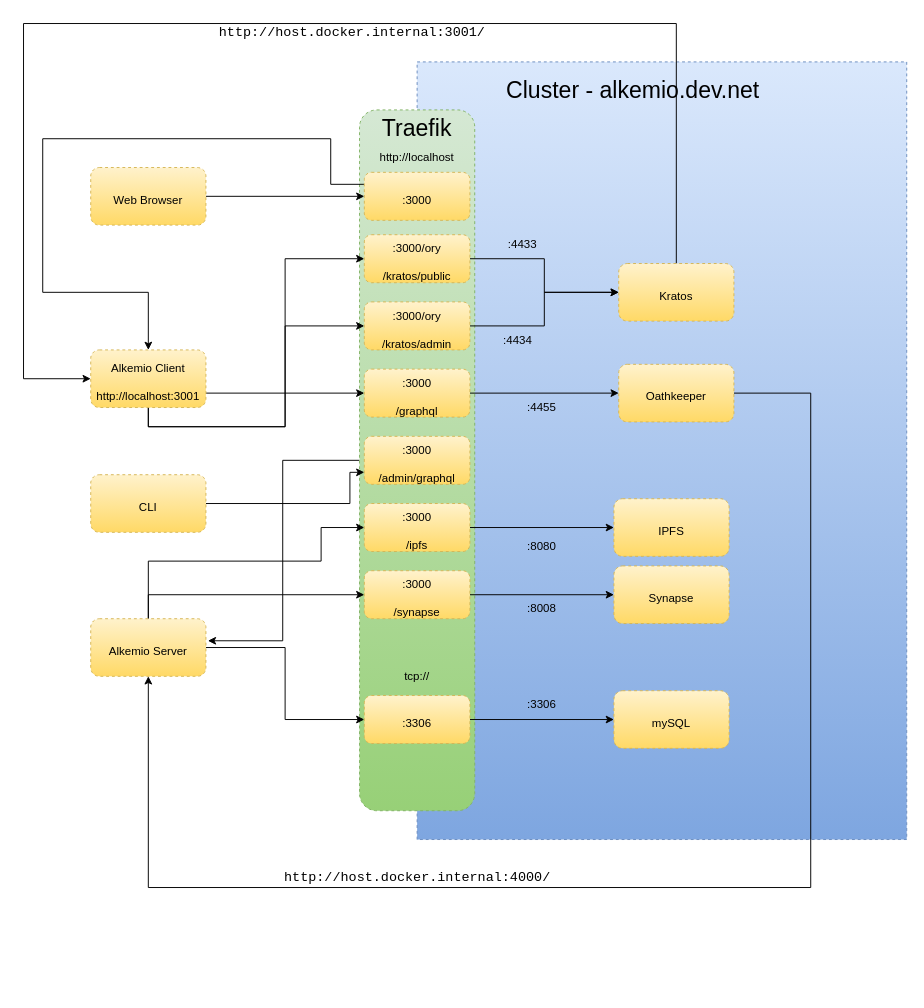
This is docs/diagrams/alkemio-services-networking.drawio from alkem-io/server, a draw.io file, before an edit. Source tidied: cells renumbered, new cells numbered last; positions are measured from the earlier drawing's top-left corner, leaving out a move shared by most shapes. Both pictures are drawn from the tidied source at 96%, with x=0, y=0 at pixel (23, 23).
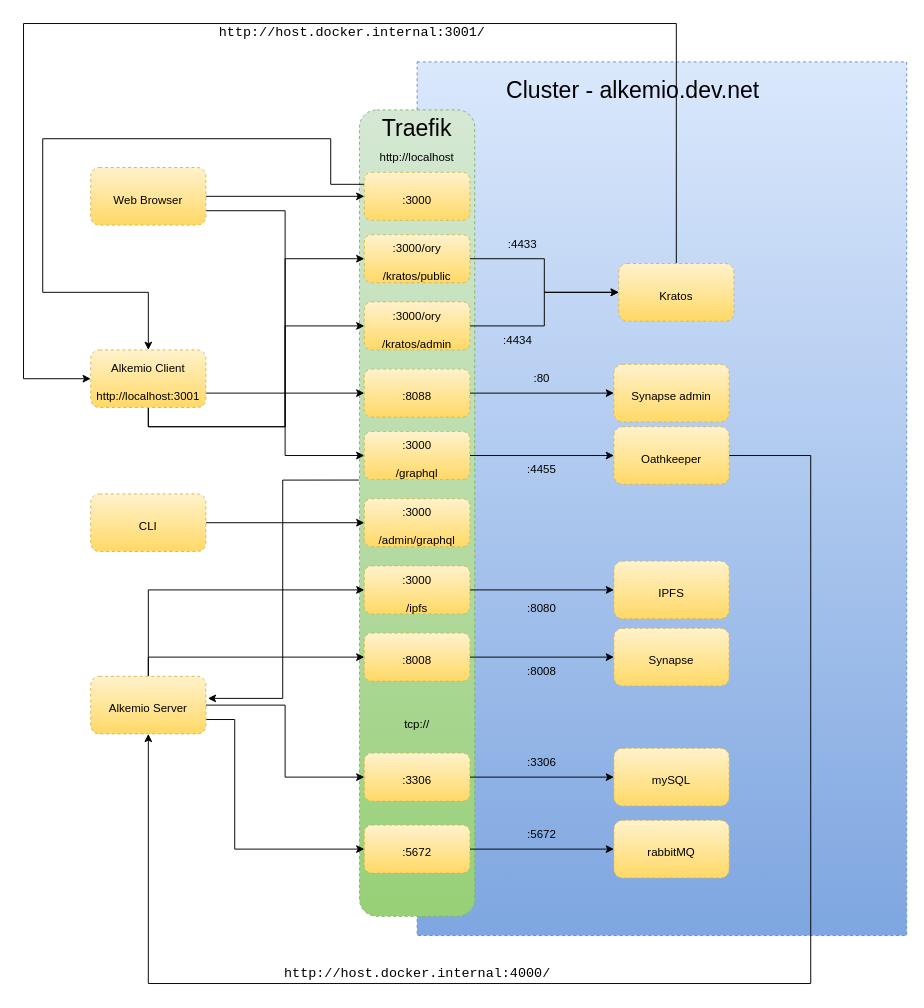
The same page after the edit.

The change refers to these unchanged cells:
```xml
<mxCell id="14" value="&lt;font style=&quot;font-size: 12px&quot; color=&quot;#000000&quot;&gt;Web Browser&lt;br&gt;&lt;/font&gt;" style="rounded=1;whiteSpace=wrap;html=1;dashed=1;fontSize=24;gradientColor=#ffd966;fillColor=#fff2cc;strokeColor=#d6b656;" parent="1" vertex="1">
  <mxGeometry x="70" y="150" width="120" height="60" as="geometry" />
</mxCell>
<mxCell id="40" value="&lt;font style=&quot;font-size: 12px&quot; color=&quot;#000000&quot;&gt;Kratos&lt;br&gt;&lt;/font&gt;" style="rounded=1;whiteSpace=wrap;html=1;dashed=1;fontSize=24;gradientColor=#ffd966;fillColor=#fff2cc;strokeColor=#d6b656;" parent="1" vertex="1">
  <mxGeometry x="620" y="250" width="120" height="60" as="geometry" />
</mxCell>
```

The edit, as a diff of the source:
```diff
@@
     <mxCell id="2" style="rounded=0;whiteSpace=wrap;html=1;dashed=1;fillColor=#dae8fc;strokeColor=#6c8ebf;gradientColor=#7ea6e0;" parent="1" vertex="1">
-      <mxGeometry x="410" y="40" width="510" height="810" as="geometry" />
+      <mxGeometry x="410" y="40" width="510" height="910" as="geometry" />
     </mxCell>
@@
-    <mxCell id="4" style="edgeStyle=orthogonalEdgeStyle;rounded=0;jettySize=auto;html=1;exitX=0;exitY=0.5;exitDx=0;exitDy=0;entryX=1.017;entryY=0.383;entryDx=0;entryDy=0;entryPerimeter=0;" parent="1" edge="1" source="5" target="35">
+    <mxCell id="4" style="edgeStyle=orthogonalEdgeStyle;rounded=0;jettySize=auto;html=1;exitX=-0.005;exitY=0.459;exitDx=0;exitDy=0;entryX=1.017;entryY=0.383;entryDx=0;entryDy=0;entryPerimeter=0;exitPerimeter=0;" parent="1" edge="1" source="5" target="35">
       <mxGeometry relative="1" as="geometry" />
     </mxCell>
     <mxCell id="5" style="rounded=1;whiteSpace=wrap;html=1;dashed=1;fontSize=24;gradientColor=#97d077;fillColor=#d5e8d4;strokeColor=#82b366;" parent="1" vertex="1">
-      <mxGeometry x="350" y="90" width="120" height="730" as="geometry" />
+      <mxGeometry x="350" y="90" width="120" height="840" as="geometry" />
     </mxCell>
@@
+    <mxCell id="51" style="edgeStyle=orthogonalEdgeStyle;rounded=0;jettySize=auto;html=1;exitX=1;exitY=0.75;exitDx=0;exitDy=0;entryX=0;entryY=0.5;entryDx=0;entryDy=0;" parent="1" edge="1" source="14" target="62">
+      <mxGeometry relative="1" as="geometry" />
+    </mxCell>
@@
-    <mxCell id="15" style="edgeStyle=orthogonalEdgeStyle;rounded=0;jettySize=auto;html=1;exitX=1;exitY=0.5;exitDx=0;exitDy=0;entryX=0;entryY=0.5;entryDx=0;entryDy=0;" parent="1" edge="1" source="16" target="40">
-      <mxGeometry relative="1" as="geometry" />
-    </mxCell>
-    <mxCell id="16" value="&lt;font color=&quot;#000000&quot; style=&quot;font-size: 12px&quot;&gt;:3000/ory&lt;br&gt;/kratos/public&lt;br&gt;&lt;/font&gt;" style="rounded=1;whiteSpace=wrap;html=1;dashed=1;fontSize=24;gradientColor=#ffd966;fillColor=#fff2cc;strokeColor=#d6b656;" parent="1" vertex="1">
-      <mxGeometry x="355" y="220" width="110" height="50" as="geometry" />
-    </mxCell>
@@
-    <mxCell id="18" style="edgeStyle=orthogonalEdgeStyle;rounded=0;jettySize=auto;html=1;exitX=1;exitY=0.5;exitDx=0;exitDy=0;entryX=0;entryY=0.5;entryDx=0;entryDy=0;" parent="1" edge="1" source="19" target="40">
-      <mxGeometry relative="1" as="geometry" />
-    </mxCell>
-    <mxCell id="19" value="&lt;font color=&quot;#000000&quot; style=&quot;font-size: 12px&quot;&gt;:3000/ory&lt;br&gt;/kratos/admin&lt;br&gt;&lt;/font&gt;" style="rounded=1;whiteSpace=wrap;html=1;dashed=1;fontSize=24;gradientColor=#ffd966;fillColor=#fff2cc;strokeColor=#d6b656;" parent="1" vertex="1">
-      <mxGeometry x="355" y="290" width="110" height="50" as="geometry" />
-    </mxCell>
-    <mxCell id="20" style="edgeStyle=orthogonalEdgeStyle;rounded=0;jettySize=auto;html=1;exitX=1;exitY=0.5;exitDx=0;exitDy=0;entryX=0;entryY=0.5;entryDx=0;entryDy=0;" parent="1" edge="1" source="21" target="38">
-      <mxGeometry relative="1" as="geometry" />
-    </mxCell>
-    <mxCell id="21" value="&lt;font color=&quot;#000000&quot; style=&quot;font-size: 12px&quot;&gt;:3000&lt;br&gt;/graphql&lt;br&gt;&lt;/font&gt;" style="rounded=1;whiteSpace=wrap;html=1;dashed=1;fontSize=24;gradientColor=#ffd966;fillColor=#fff2cc;strokeColor=#d6b656;" parent="1" vertex="1">
-      <mxGeometry x="355" y="360" width="110" height="50" as="geometry" />
-    </mxCell>
     <mxCell id="22" value="&lt;font color=&quot;#000000&quot; style=&quot;font-size: 12px&quot;&gt;:3000&lt;br&gt;/admin/graphql&lt;br&gt;&lt;/font&gt;" style="rounded=1;whiteSpace=wrap;html=1;dashed=1;fontSize=24;gradientColor=#ffd966;fillColor=#fff2cc;strokeColor=#d6b656;" parent="1" vertex="1">
-      <mxGeometry x="355" y="430" width="110" height="50" as="geometry" />
+      <mxGeometry x="355" y="495" width="110" height="50" as="geometry" />
     </mxCell>
-    <mxCell id="23" style="edgeStyle=orthogonalEdgeStyle;rounded=0;jettySize=auto;html=1;exitX=1;exitY=0.5;exitDx=0;exitDy=0;entryX=0;entryY=0.5;entryDx=0;entryDy=0;" parent="1" edge="1" source="24" target="31">
-      <mxGeometry relative="1" as="geometry" />
-    </mxCell>
-    <mxCell id="24" value="&lt;font color=&quot;#000000&quot; style=&quot;font-size: 12px&quot;&gt;:3000&lt;br&gt;/ipfs&lt;br&gt;&lt;/font&gt;" style="rounded=1;whiteSpace=wrap;html=1;dashed=1;fontSize=24;gradientColor=#ffd966;fillColor=#fff2cc;strokeColor=#d6b656;" parent="1" vertex="1">
-      <mxGeometry x="355" y="500" width="110" height="50" as="geometry" />
-    </mxCell>
-    <mxCell id="25" style="edgeStyle=orthogonalEdgeStyle;rounded=0;jettySize=auto;html=1;exitX=1;exitY=0.5;exitDx=0;exitDy=0;entryX=0;entryY=0.5;entryDx=0;entryDy=0;" parent="1" edge="1" source="26" target="30">
-      <mxGeometry relative="1" as="geometry" />
-    </mxCell>
-    <mxCell id="26" value="&lt;font color=&quot;#000000&quot; style=&quot;font-size: 12px&quot;&gt;:3000&lt;br&gt;/synapse&lt;br&gt;&lt;/font&gt;" style="rounded=1;whiteSpace=wrap;html=1;dashed=1;fontSize=24;gradientColor=#ffd966;fillColor=#fff2cc;strokeColor=#d6b656;" parent="1" vertex="1">
-      <mxGeometry x="355" y="570" width="110" height="50" as="geometry" />
-    </mxCell>
@@
     <mxCell id="28" value="&lt;font color=&quot;#000000&quot; style=&quot;font-size: 12px&quot;&gt;:3306&lt;br&gt;&lt;/font&gt;" style="rounded=1;whiteSpace=wrap;html=1;dashed=1;fontSize=24;gradientColor=#ffd966;fillColor=#fff2cc;strokeColor=#d6b656;" parent="1" vertex="1">
-      <mxGeometry x="355" y="700" width="110" height="50" as="geometry" />
+      <mxGeometry x="355" y="760" width="110" height="50" as="geometry" />
     </mxCell>
     <mxCell id="29" value="tcp://" style="text;html=1;strokeColor=none;fillColor=none;align=center;verticalAlign=middle;whiteSpace=wrap;rounded=0;dashed=1;fontSize=12;fontColor=#000000;" parent="1" vertex="1">
-      <mxGeometry x="390" y="670" width="40" height="20" as="geometry" />
+      <mxGeometry x="390" y="720" width="40" height="20" as="geometry" />
     </mxCell>
-    <mxCell id="30" value="&lt;font style=&quot;font-size: 12px&quot; color=&quot;#000000&quot;&gt;Synapse&lt;br&gt;&lt;/font&gt;" style="rounded=1;whiteSpace=wrap;html=1;dashed=1;fontSize=24;gradientColor=#ffd966;fillColor=#fff2cc;strokeColor=#d6b656;" parent="1" vertex="1">
-      <mxGeometry x="615" y="565" width="120" height="60" as="geometry" />
-    </mxCell>
     <mxCell id="31" value="&lt;font style=&quot;font-size: 12px&quot; color=&quot;#000000&quot;&gt;IPFS&lt;br&gt;&lt;/font&gt;" style="rounded=1;whiteSpace=wrap;html=1;dashed=1;fontSize=24;gradientColor=#ffd966;fillColor=#fff2cc;strokeColor=#d6b656;" parent="1" vertex="1">
-      <mxGeometry x="615" y="495" width="120" height="60" as="geometry" />
+      <mxGeometry x="615" y="560" width="120" height="60" as="geometry" />
     </mxCell>
@@
     <mxCell id="34" style="edgeStyle=orthogonalEdgeStyle;rounded=0;jettySize=auto;html=1;exitX=0.5;exitY=0;exitDx=0;exitDy=0;entryX=0;entryY=0.5;entryDx=0;entryDy=0;fontColor=#FFFFFF;" parent="1" edge="1" source="35" target="24">
       <mxGeometry relative="1" as="geometry">
         <Array as="points">
-          <mxPoint x="130" y="560" />
-          <mxPoint x="310" y="560" />
-          <mxPoint x="310" y="525" />
+          <mxPoint x="130" y="590" />
         </Array>
       </mxGeometry>
     </mxCell>
+    <mxCell id="52" style="edgeStyle=orthogonalEdgeStyle;rounded=0;jettySize=auto;html=1;exitX=1;exitY=0.75;exitDx=0;exitDy=0;entryX=0;entryY=0.5;entryDx=0;entryDy=0;" parent="1" edge="1" source="35" target="55">
+      <mxGeometry relative="1" as="geometry">
+        <Array as="points">
+          <mxPoint x="220" y="725" />
+          <mxPoint x="220" y="860" />
+        </Array>
+      </mxGeometry>
+    </mxCell>
     <mxCell id="35" value="&lt;font style=&quot;font-size: 12px&quot; color=&quot;#000000&quot;&gt;Alkemio Server&lt;br&gt;&lt;/font&gt;" style="rounded=1;whiteSpace=wrap;html=1;dashed=1;fontSize=24;gradientColor=#ffd966;fillColor=#fff2cc;strokeColor=#d6b656;" parent="1" vertex="1">
-      <mxGeometry x="70" y="620" width="120" height="60" as="geometry" />
+      <mxGeometry x="70" y="680" width="120" height="60" as="geometry" />
     </mxCell>
     <mxCell id="36" value="&lt;font style=&quot;font-size: 12px&quot; color=&quot;#000000&quot;&gt;mySQL&lt;br&gt;&lt;/font&gt;" style="rounded=1;whiteSpace=wrap;html=1;dashed=1;fontSize=24;gradientColor=#ffd966;fillColor=#fff2cc;strokeColor=#d6b656;" parent="1" vertex="1">
-      <mxGeometry x="615" y="695" width="120" height="60" as="geometry" />
+      <mxGeometry x="615" y="755" width="120" height="60" as="geometry" />
     </mxCell>
     <mxCell id="37" style="edgeStyle=orthogonalEdgeStyle;rounded=0;jettySize=auto;html=1;exitX=1;exitY=0.5;exitDx=0;exitDy=0;entryX=0.5;entryY=1;entryDx=0;entryDy=0;" parent="1" edge="1" source="38" target="35">
       <mxGeometry relative="1" as="geometry">
         <Array as="points">
-          <mxPoint x="820" y="385" />
-          <mxPoint x="820" y="900" />
-          <mxPoint x="130" y="900" />
+          <mxPoint x="820" y="450" />
+          <mxPoint x="820" y="1000" />
+          <mxPoint x="130" y="1000" />
         </Array>
       </mxGeometry>
     </mxCell>
-    <mxCell id="38" value="&lt;font style=&quot;font-size: 12px&quot; color=&quot;#000000&quot;&gt;Oathkeeper&lt;br&gt;&lt;/font&gt;" style="rounded=1;whiteSpace=wrap;html=1;dashed=1;fontSize=24;gradientColor=#ffd966;fillColor=#fff2cc;strokeColor=#d6b656;" parent="1" vertex="1">
-      <mxGeometry x="620" y="355" width="120" height="60" as="geometry" />
-    </mxCell>
@@
-    <mxCell id="41" value=":4433" style="text;html=1;strokeColor=none;fillColor=none;align=center;verticalAlign=middle;whiteSpace=wrap;rounded=0;dashed=1;fontSize=12;fontColor=#000000;" parent="1" vertex="1">
-      <mxGeometry x="500" y="220" width="40" height="20" as="geometry" />
-    </mxCell>
-    <mxCell id="42" value=":4434" style="text;html=1;strokeColor=none;fillColor=none;align=center;verticalAlign=middle;whiteSpace=wrap;rounded=0;dashed=1;fontSize=12;fontColor=#000000;" parent="1" vertex="1">
-      <mxGeometry x="495" y="320" width="40" height="20" as="geometry" />
-    </mxCell>
-    <mxCell id="43" value=":4455" style="text;html=1;strokeColor=none;fillColor=none;align=center;verticalAlign=middle;whiteSpace=wrap;rounded=0;dashed=1;fontSize=12;fontColor=#000000;" parent="1" vertex="1">
-      <mxGeometry x="520" y="390" width="40" height="20" as="geometry" />
-    </mxCell>
-    <mxCell id="44" style="edgeStyle=orthogonalEdgeStyle;rounded=0;jettySize=auto;html=1;exitX=1;exitY=0.5;exitDx=0;exitDy=0;entryX=0;entryY=0.75;entryDx=0;entryDy=0;" parent="1" edge="1" source="45" target="22">
-      <mxGeometry relative="1" as="geometry">
-        <Array as="points">
-          <mxPoint x="340" y="500" />
-          <mxPoint x="340" y="468" />
-        </Array>
-      </mxGeometry>
+    <mxCell id="44" style="edgeStyle=orthogonalEdgeStyle;rounded=0;jettySize=auto;html=1;exitX=1;exitY=0.5;exitDx=0;exitDy=0;entryX=0;entryY=0.5;entryDx=0;entryDy=0;" parent="1" edge="1" source="45" target="22">
+      <mxGeometry relative="1" as="geometry" />
     </mxCell>
     <mxCell id="45" value="&lt;font style=&quot;font-size: 12px&quot; color=&quot;#000000&quot;&gt;CLI&lt;br&gt;&lt;/font&gt;" style="rounded=1;whiteSpace=wrap;html=1;dashed=1;fontSize=24;gradientColor=#ffd966;fillColor=#fff2cc;strokeColor=#d6b656;" parent="1" vertex="1">
-      <mxGeometry x="70" y="470" width="120" height="60" as="geometry" />
+      <mxGeometry x="70" y="490" width="120" height="60" as="geometry" />
     </mxCell>
-    <mxCell id="46" value=":8080" style="text;html=1;strokeColor=none;fillColor=none;align=center;verticalAlign=middle;whiteSpace=wrap;rounded=0;dashed=1;fontSize=12;fontColor=#000000;" parent="1" vertex="1">
-      <mxGeometry x="520" y="535" width="40" height="20" as="geometry" />
-    </mxCell>
-    <mxCell id="47" value=":8008" style="text;html=1;strokeColor=none;fillColor=none;align=center;verticalAlign=middle;whiteSpace=wrap;rounded=0;dashed=1;fontSize=12;fontColor=#000000;" parent="1" vertex="1">
-      <mxGeometry x="520" y="600" width="40" height="20" as="geometry" />
-    </mxCell>
     <mxCell id="48" value=":3306" style="text;html=1;strokeColor=none;fillColor=none;align=center;verticalAlign=middle;whiteSpace=wrap;rounded=0;dashed=1;fontSize=12;fontColor=#000000;" parent="1" vertex="1">
-      <mxGeometry x="520" y="700" width="40" height="20" as="geometry" />
+      <mxGeometry x="520" y="760" width="40" height="20" as="geometry" />
     </mxCell>
     <mxCell id="49" value="&lt;div style=&quot;font-family: &amp;#34;droid sans mono&amp;#34; , monospace , monospace , &amp;#34;droid sans fallback&amp;#34; ; font-size: 14px ; line-height: 19px&quot;&gt;&lt;font color=&quot;#000000&quot;&gt;http://host.docker.internal:4000/&lt;/font&gt;&lt;/div&gt;" style="text;html=1;strokeColor=none;fillColor=none;align=center;verticalAlign=middle;whiteSpace=wrap;rounded=0;dashed=1;fontSize=12;fontColor=#FFFFFF;" parent="1" vertex="1">
-      <mxGeometry x="237.5" y="880" width="345" height="20" as="geometry" />
+      <mxGeometry x="237.5" y="980" width="345" height="20" as="geometry" />
     </mxCell>
@@
+    <mxCell id="53" style="edgeStyle=orthogonalEdgeStyle;rounded=0;orthogonalLoop=1;jettySize=auto;html=1;exitX=0.5;exitY=1;exitDx=0;exitDy=0;" parent="1" edge="1" source="5" target="5">
+      <mxGeometry relative="1" as="geometry" />
+    </mxCell>
+    <mxCell id="54" style="edgeStyle=orthogonalEdgeStyle;rounded=0;jettySize=auto;html=1;exitX=1;exitY=0.5;exitDx=0;exitDy=0;entryX=0;entryY=0.5;entryDx=0;entryDy=0;" parent="1" edge="1" source="55" target="56">
+      <mxGeometry relative="1" as="geometry" />
+    </mxCell>
+    <mxCell id="55" value="&lt;font color=&quot;#000000&quot; style=&quot;font-size: 12px&quot;&gt;:5672&lt;br&gt;&lt;/font&gt;" style="rounded=1;whiteSpace=wrap;html=1;dashed=1;fontSize=24;gradientColor=#ffd966;fillColor=#fff2cc;strokeColor=#d6b656;" parent="1" vertex="1">
+      <mxGeometry x="355" y="835" width="110" height="50" as="geometry" />
+    </mxCell>
+    <mxCell id="56" value="&lt;font style=&quot;font-size: 12px&quot; color=&quot;#000000&quot;&gt;rabbitMQ&lt;br&gt;&lt;/font&gt;" style="rounded=1;whiteSpace=wrap;html=1;dashed=1;fontSize=24;gradientColor=#ffd966;fillColor=#fff2cc;strokeColor=#d6b656;" parent="1" vertex="1">
+      <mxGeometry x="615" y="830" width="120" height="60" as="geometry" />
+    </mxCell>
+    <mxCell id="57" value=":5672" style="text;html=1;strokeColor=none;fillColor=none;align=center;verticalAlign=middle;whiteSpace=wrap;rounded=0;dashed=1;fontSize=12;fontColor=#000000;" parent="1" vertex="1">
+      <mxGeometry x="520" y="835" width="40" height="20" as="geometry" />
+    </mxCell>
+    <mxCell id="58" style="group;" parent="1" vertex="1">
+      <mxGeometry x="355" y="630" width="380" height="60" as="geometry" />
+    </mxCell>
+    <mxCell id="26" value="&lt;font color=&quot;#000000&quot; style=&quot;font-size: 12px&quot;&gt;:8008&lt;br&gt;&lt;/font&gt;" style="rounded=1;whiteSpace=wrap;html=1;dashed=1;fontSize=24;gradientColor=#ffd966;fillColor=#fff2cc;strokeColor=#d6b656;" parent="58" vertex="1">
+      <mxGeometry y="5" width="110" height="50" as="geometry" />
+    </mxCell>
+    <mxCell id="30" value="&lt;font style=&quot;font-size: 12px&quot; color=&quot;#000000&quot;&gt;Synapse&lt;br&gt;&lt;/font&gt;" style="rounded=1;whiteSpace=wrap;html=1;dashed=1;fontSize=24;gradientColor=#ffd966;fillColor=#fff2cc;strokeColor=#d6b656;" parent="58" vertex="1">
+      <mxGeometry x="260" width="120" height="60" as="geometry" />
+    </mxCell>
+    <mxCell id="25" style="edgeStyle=orthogonalEdgeStyle;rounded=0;jettySize=auto;html=1;exitX=1;exitY=0.5;exitDx=0;exitDy=0;entryX=0;entryY=0.5;entryDx=0;entryDy=0;" parent="58" edge="1" source="26" target="30">
+      <mxGeometry relative="1" as="geometry" />
+    </mxCell>
+    <mxCell id="47" value=":8008" style="text;html=1;strokeColor=none;fillColor=none;align=center;verticalAlign=middle;whiteSpace=wrap;rounded=0;dashed=1;fontSize=12;fontColor=#000000;" parent="58" vertex="1">
+      <mxGeometry x="165" y="35" width="40" height="20" as="geometry" />
+    </mxCell>
+    <mxCell id="59" style="group;" parent="1" vertex="1">
+      <mxGeometry x="355" y="565" width="205" height="55" as="geometry" />
+    </mxCell>
+    <mxCell id="24" value="&lt;font color=&quot;#000000&quot; style=&quot;font-size: 12px&quot;&gt;:3000&lt;br&gt;/ipfs&lt;br&gt;&lt;/font&gt;" style="rounded=1;whiteSpace=wrap;html=1;dashed=1;fontSize=24;gradientColor=#ffd966;fillColor=#fff2cc;strokeColor=#d6b656;" parent="59" vertex="1">
+      <mxGeometry width="110" height="50" as="geometry" />
+    </mxCell>
+    <mxCell id="46" value=":8080" style="text;html=1;strokeColor=none;fillColor=none;align=center;verticalAlign=middle;whiteSpace=wrap;rounded=0;dashed=1;fontSize=12;fontColor=#000000;" parent="59" vertex="1">
+      <mxGeometry x="165" y="35" width="40" height="20" as="geometry" />
+    </mxCell>
+    <mxCell id="23" style="edgeStyle=orthogonalEdgeStyle;rounded=0;jettySize=auto;html=1;exitX=1;exitY=0.5;exitDx=0;exitDy=0;entryX=0;entryY=0.5;entryDx=0;entryDy=0;" parent="1" edge="1" source="24" target="31">
+      <mxGeometry relative="1" as="geometry" />
+    </mxCell>
+    <mxCell id="60" style="group;" parent="1" vertex="1">
+      <mxGeometry x="355" y="420" width="380" height="60" as="geometry" />
+    </mxCell>
+    <mxCell id="21" value="&lt;font color=&quot;#000000&quot; style=&quot;font-size: 12px&quot;&gt;:3000&lt;br&gt;/graphql&lt;br&gt;&lt;/font&gt;" style="rounded=1;whiteSpace=wrap;html=1;dashed=1;fontSize=24;gradientColor=#ffd966;fillColor=#fff2cc;strokeColor=#d6b656;" parent="60" vertex="1">
+      <mxGeometry y="5" width="110" height="50" as="geometry" />
+    </mxCell>
+    <mxCell id="38" value="&lt;font style=&quot;font-size: 12px&quot; color=&quot;#000000&quot;&gt;Oathkeeper&lt;br&gt;&lt;/font&gt;" style="rounded=1;whiteSpace=wrap;html=1;dashed=1;fontSize=24;gradientColor=#ffd966;fillColor=#fff2cc;strokeColor=#d6b656;" parent="60" vertex="1">
+      <mxGeometry x="260" width="120" height="60" as="geometry" />
+    </mxCell>
+    <mxCell id="20" style="edgeStyle=orthogonalEdgeStyle;rounded=0;jettySize=auto;html=1;exitX=1;exitY=0.5;exitDx=0;exitDy=0;entryX=0;entryY=0.5;entryDx=0;entryDy=0;" parent="60" edge="1" source="21" target="38">
+      <mxGeometry relative="1" as="geometry" />
+    </mxCell>
+    <mxCell id="43" value=":4455" style="text;html=1;strokeColor=none;fillColor=none;align=center;verticalAlign=middle;whiteSpace=wrap;rounded=0;dashed=1;fontSize=12;fontColor=#000000;" parent="60" vertex="1">
+      <mxGeometry x="165" y="35" width="40" height="20" as="geometry" />
+    </mxCell>
+    <mxCell id="61" style="group;" parent="1" vertex="1">
+      <mxGeometry x="355" y="355" width="380" height="60" as="geometry" />
+    </mxCell>
+    <mxCell id="62" value="&lt;font color=&quot;#000000&quot; style=&quot;font-size: 12px&quot;&gt;:8088&lt;br&gt;&lt;/font&gt;" style="rounded=1;whiteSpace=wrap;html=1;dashed=1;fontSize=24;gradientColor=#ffd966;fillColor=#fff2cc;strokeColor=#d6b656;" parent="61" vertex="1">
+      <mxGeometry y="5" width="110" height="50" as="geometry" />
+    </mxCell>
+    <mxCell id="63" value="&lt;font style=&quot;font-size: 12px&quot; color=&quot;#000000&quot;&gt;Synapse admin&lt;br&gt;&lt;/font&gt;" style="rounded=1;whiteSpace=wrap;html=1;dashed=1;fontSize=24;gradientColor=#ffd966;fillColor=#fff2cc;strokeColor=#d6b656;" parent="61" vertex="1">
+      <mxGeometry x="260" width="120" height="60" as="geometry" />
+    </mxCell>
+    <mxCell id="64" style="edgeStyle=orthogonalEdgeStyle;rounded=0;jettySize=auto;html=1;exitX=1;exitY=0.5;exitDx=0;exitDy=0;entryX=0;entryY=0.5;entryDx=0;entryDy=0;" parent="61" edge="1" source="62" target="63">
+      <mxGeometry relative="1" as="geometry" />
+    </mxCell>
+    <mxCell id="65" value=":80" style="text;html=1;strokeColor=none;fillColor=none;align=center;verticalAlign=middle;whiteSpace=wrap;rounded=0;dashed=1;fontSize=12;fontColor=#000000;" parent="61" vertex="1">
+      <mxGeometry x="165" y="5" width="40" height="20" as="geometry" />
+    </mxCell>
+    <mxCell id="66" style="group;" parent="1" vertex="1">
+      <mxGeometry x="355" y="290" width="180" height="50" as="geometry" />
+    </mxCell>
+    <mxCell id="19" value="&lt;font color=&quot;#000000&quot; style=&quot;font-size: 12px&quot;&gt;:3000/ory&lt;br&gt;/kratos/admin&lt;br&gt;&lt;/font&gt;" style="rounded=1;whiteSpace=wrap;html=1;dashed=1;fontSize=24;gradientColor=#ffd966;fillColor=#fff2cc;strokeColor=#d6b656;" parent="66" vertex="1">
+      <mxGeometry width="110" height="50" as="geometry" />
+    </mxCell>
+    <mxCell id="42" value=":4434" style="text;html=1;strokeColor=none;fillColor=none;align=center;verticalAlign=middle;whiteSpace=wrap;rounded=0;dashed=1;fontSize=12;fontColor=#000000;" parent="66" vertex="1">
+      <mxGeometry x="140" y="30" width="40" height="20" as="geometry" />
+    </mxCell>
+    <mxCell id="18" style="edgeStyle=orthogonalEdgeStyle;rounded=0;jettySize=auto;html=1;exitX=1;exitY=0.5;exitDx=0;exitDy=0;entryX=0;entryY=0.5;entryDx=0;entryDy=0;" parent="1" edge="1" source="19" target="40">
+      <mxGeometry relative="1" as="geometry" />
+    </mxCell>
+    <mxCell id="67" style="group;" parent="1" vertex="1">
+      <mxGeometry x="355" y="220" width="185" height="50" as="geometry" />
+    </mxCell>
+    <mxCell id="16" value="&lt;font color=&quot;#000000&quot; style=&quot;font-size: 12px&quot;&gt;:3000/ory&lt;br&gt;/kratos/public&lt;br&gt;&lt;/font&gt;" style="rounded=1;whiteSpace=wrap;html=1;dashed=1;fontSize=24;gradientColor=#ffd966;fillColor=#fff2cc;strokeColor=#d6b656;" parent="67" vertex="1">
+      <mxGeometry width="110" height="50" as="geometry" />
+    </mxCell>
+    <mxCell id="41" value=":4433" style="text;html=1;strokeColor=none;fillColor=none;align=center;verticalAlign=middle;whiteSpace=wrap;rounded=0;dashed=1;fontSize=12;fontColor=#000000;" parent="67" vertex="1">
+      <mxGeometry x="145" width="40" height="20" as="geometry" />
+    </mxCell>
+    <mxCell id="15" style="edgeStyle=orthogonalEdgeStyle;rounded=0;jettySize=auto;html=1;exitX=1;exitY=0.5;exitDx=0;exitDy=0;entryX=0;entryY=0.5;entryDx=0;entryDy=0;" parent="1" edge="1" source="16" target="40">
+      <mxGeometry relative="1" as="geometry" />
+    </mxCell>
```
